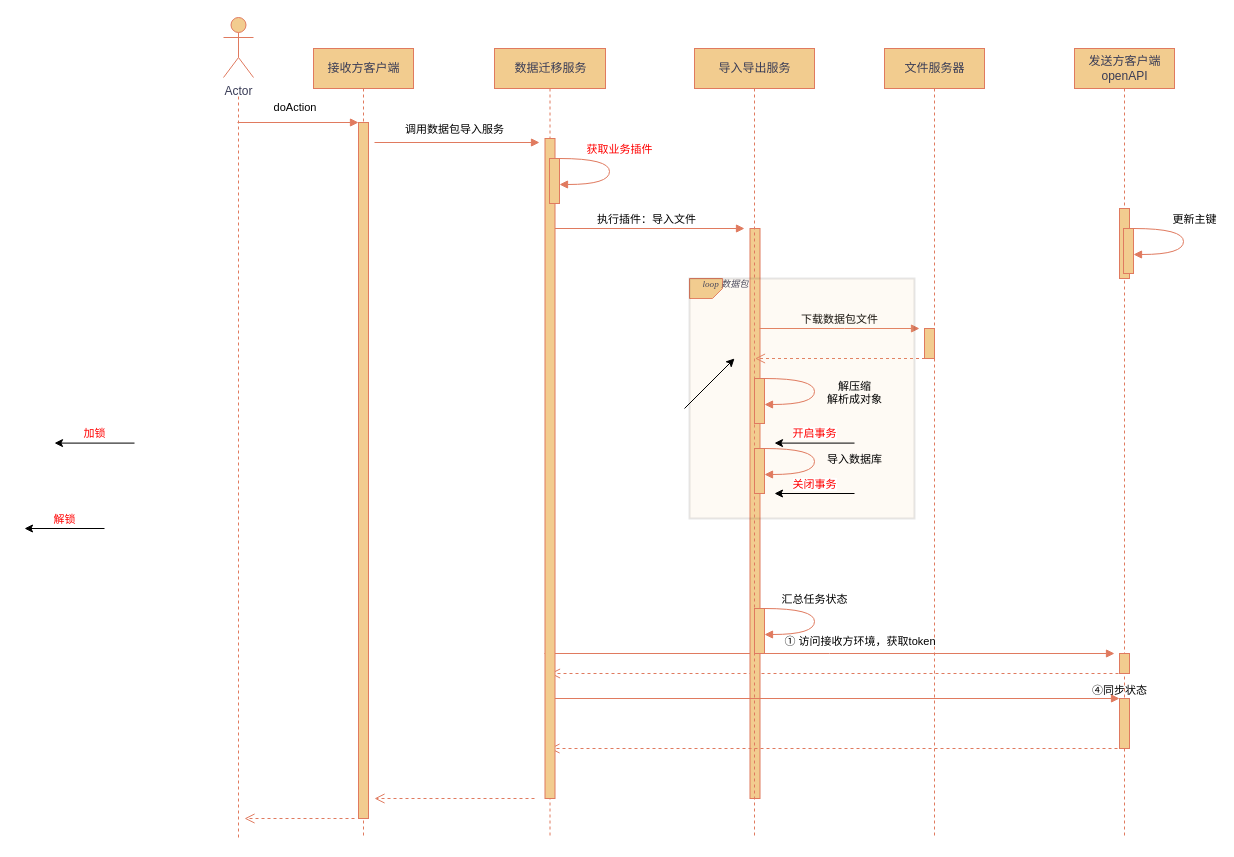
This is 接收.drawio from typooooohj/PubSub, a draw.io file, before an edit. Source tidied: cells renumbered, new cells numbered last; positions are measured from the earlier drawing's top-left corner, leaving out a move shared by most shapes. Both pictures are drawn from the tidied source at 100%, with x=0, y=0 at pixel (24, 17).
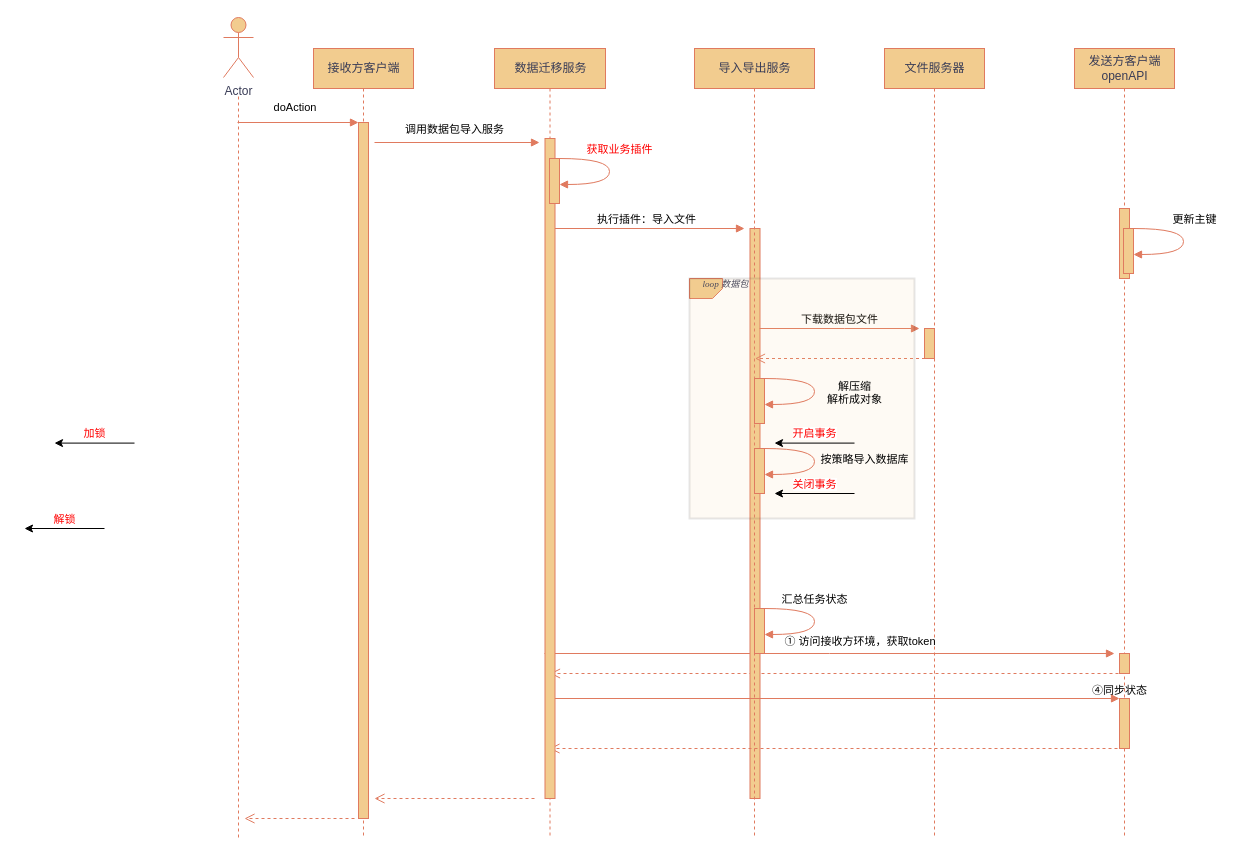
The same page after the edit.

Diff of the diagram source:
```diff
@@
-    <mxCell id="45" value="&lt;br&gt;导入数据库" style="html=1;verticalAlign=bottom;endArrow=block;edgeStyle=orthogonalEdgeStyle;elbow=vertical;curved=1;rounded=0;entryX=1;entryY=0.622;entryDx=0;entryDy=0;entryPerimeter=0;labelBackgroundColor=none;strokeColor=#E07A5F;fontColor=default;" parent="1" edge="1">
-      <mxGeometry x="0.11" y="40" relative="1" as="geometry">
+    <mxCell id="45" value="&lt;br&gt;按策略导入数据库" style="html=1;verticalAlign=bottom;endArrow=block;edgeStyle=orthogonalEdgeStyle;elbow=vertical;curved=1;rounded=0;entryX=1;entryY=0.622;entryDx=0;entryDy=0;entryPerimeter=0;labelBackgroundColor=none;strokeColor=#E07A5F;fontColor=default;" parent="1" edge="1">
+      <mxGeometry x="0.11" y="50" relative="1" as="geometry">
         <mxPoint x="740" y="431" as="sourcePoint" />
         <mxPoint x="740" y="457" as="targetPoint" />
         <Array as="points">
           <mxPoint x="790" y="431" />
         </Array>
       </mxGeometry>
     </mxCell>
-    <mxCell id="46" style="endArrow=classic;html=1;rounded=0;" parent="1" edge="1">
-      <mxGeometry relative="1" as="geometry">
-        <mxPoint x="660" y="391" as="sourcePoint" />
-        <mxPoint x="710" y="341" as="targetPoint" />
-      </mxGeometry>
-    </mxCell>
```
